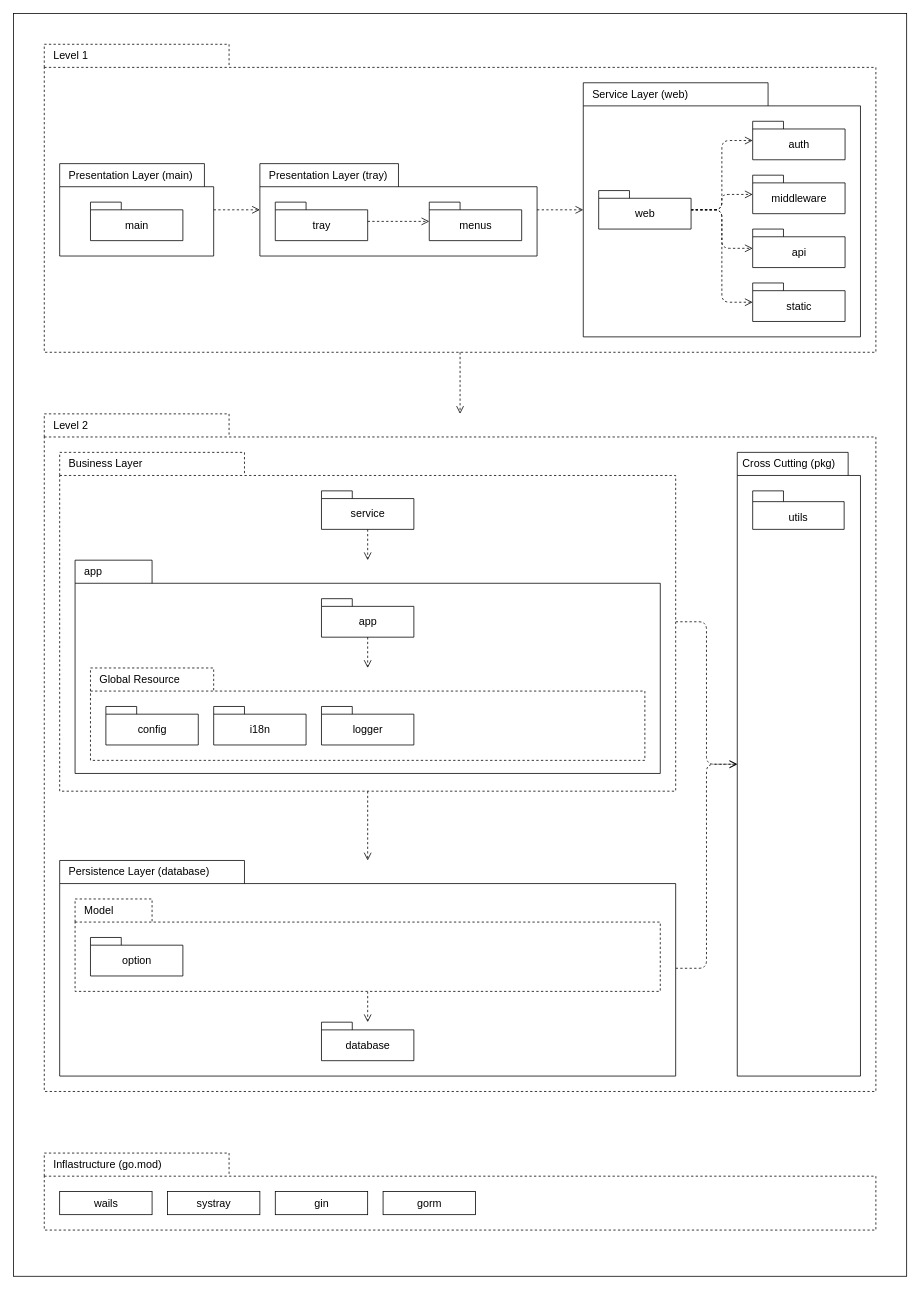
This is diagrams/package.drawio from jinyaoMa/my-app, a draw.io file, before an edit. Source tidied: cells renumbered, new cells numbered last; positions are measured from the earlier drawing's top-left corner, leaving out a move shared by most shapes. Both pictures are drawn from the tidied source at 77%, with x=0, y=0 at pixel (13, 13).
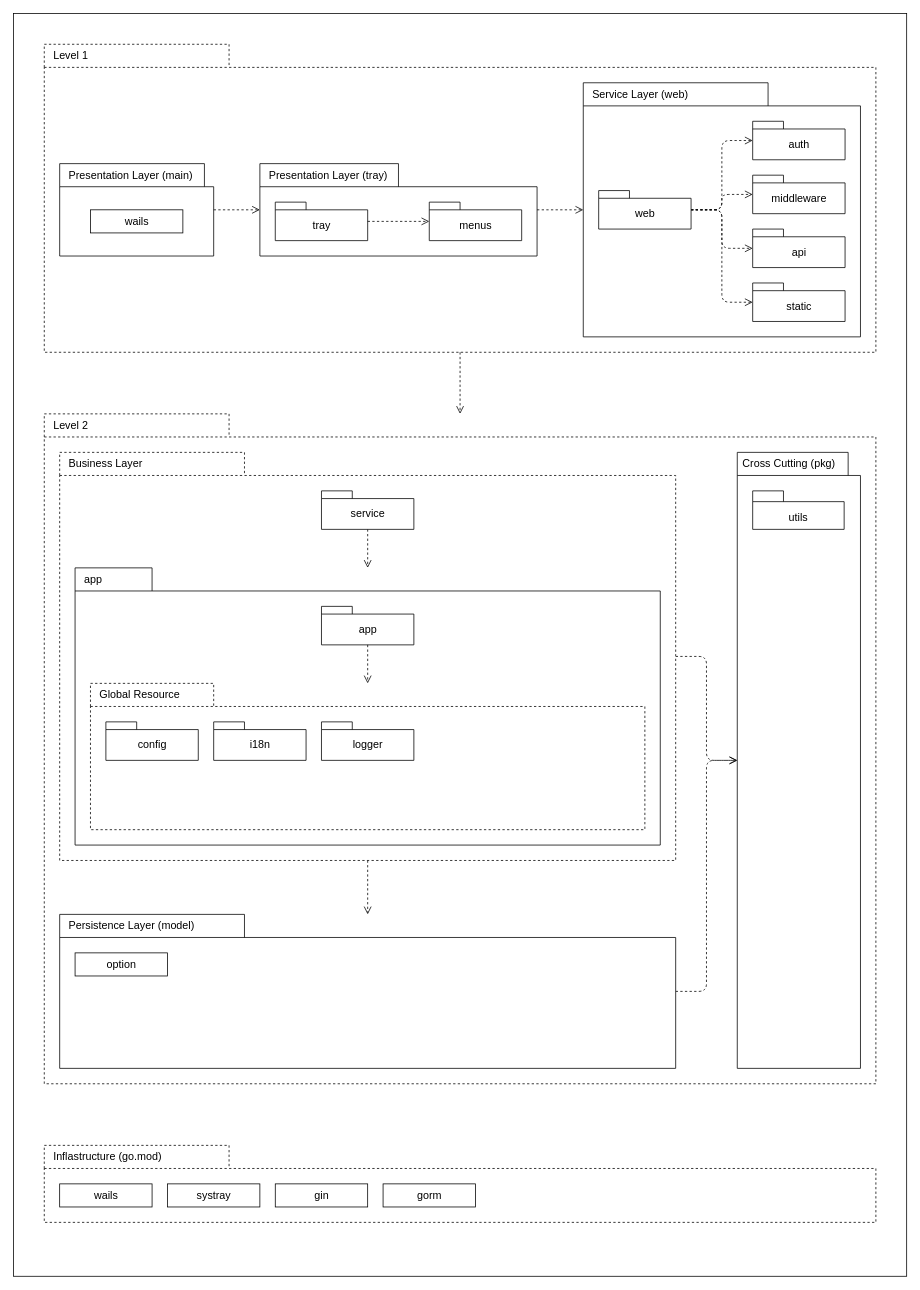
The same page after the edit.

The change refers to these unchanged cells:
```xml
<mxCell id="19" value="&lt;span style=&quot;&quot;&gt;Presentation Layer (main)&lt;/span&gt;" style="shape=folder;fontStyle=0;tabWidth=240;tabHeight=30;tabPosition=left;html=1;boundedLbl=1;labelInHeader=1;fontSize=14;align=left;spacingLeft=10;" parent="8" vertex="1">
  <mxGeometry x="20" y="155" width="200" height="120" as="geometry" />
</mxCell>
```

Diff of the diagram source:
```diff
@@
     <mxCell id="3" value="&lt;span style=&quot;&quot;&gt;Inflastructure (go.mod)&lt;/span&gt;" style="shape=folder;fontStyle=0;tabWidth=240;tabHeight=30;tabPosition=left;html=1;boundedLbl=1;labelInHeader=1;fontSize=14;align=left;spacingLeft=10;dashed=1;" parent="1" vertex="1">
-      <mxGeometry x="40" y="1480" width="1080" height="100" as="geometry" />
+      <mxGeometry x="40" y="1470" width="1080" height="100" as="geometry" />
     </mxCell>
@@
-    <mxCell id="20" value="&lt;span style=&quot;font-size: 14px&quot;&gt;main&lt;/span&gt;" style="shape=folder;fontStyle=0;tabWidth=40;tabHeight=10;tabPosition=left;html=1;boundedLbl=1;fontSize=12;" parent="19" vertex="1">
-      <mxGeometry x="40" y="50" width="120" height="50" as="geometry" />
-    </mxCell>
+    <mxCell id="49" value="wails" style="html=1;fontSize=14;fontStyle=0;" parent="19" vertex="1">
+      <mxGeometry x="40" y="60" width="120" height="30" as="geometry" />
+    </mxCell>
@@
     <mxCell id="27" value="&lt;span&gt;Level 2&lt;/span&gt;" style="shape=folder;fontStyle=0;tabWidth=240;tabHeight=30;tabPosition=left;html=1;boundedLbl=1;labelInHeader=1;fontSize=14;align=left;spacingLeft=10;dashed=1;" parent="1" vertex="1">
-      <mxGeometry x="40" y="520" width="1080" height="880" as="geometry" />
+      <mxGeometry x="40" y="520" width="1080" height="870" as="geometry" />
     </mxCell>
     <mxCell id="28" value="Cross Cutting (pkg)" style="shape=folder;xSize=90;align=left;spacingLeft=4;align=left;verticalAlign=top;spacingLeft=5;spacingTop=0;tabWidth=240;tabHeight=30;tabPosition=left;html=1;strokeWidth=1;fontSize=14;fontStyle=0;" parent="27" vertex="1">
-      <mxGeometry x="900" y="50" width="160" height="810" as="geometry" />
+      <mxGeometry x="900" y="50" width="160" height="800" as="geometry" />
     </mxCell>
@@
-    <mxCell id="31" value="&lt;span style=&quot;&quot;&gt;Persistence Layer (database)&lt;/span&gt;" style="shape=folder;fontStyle=0;tabWidth=240;tabHeight=30;tabPosition=left;html=1;boundedLbl=1;labelInHeader=1;fontSize=14;align=left;spacingLeft=10;" parent="27" vertex="1">
-      <mxGeometry x="20" y="580" width="800" height="280" as="geometry" />
+    <mxCell id="31" value="&lt;span&gt;Persistence Layer (model)&lt;/span&gt;" style="shape=folder;fontStyle=0;tabWidth=240;tabHeight=30;tabPosition=left;html=1;boundedLbl=1;labelInHeader=1;fontSize=14;align=left;spacingLeft=10;" parent="27" vertex="1">
+      <mxGeometry x="20" y="650" width="800" height="200" as="geometry" />
     </mxCell>
-    <mxCell id="32" value="&lt;font style=&quot;font-size: 14px;&quot;&gt;database&lt;/font&gt;" style="shape=folder;fontStyle=0;tabWidth=40;tabHeight=10;tabPosition=left;html=1;boundedLbl=1;fontSize=12;" parent="31" vertex="1">
-      <mxGeometry x="340" y="210" width="120" height="50" as="geometry" />
-    </mxCell>
-    <mxCell id="33" style="edgeStyle=orthogonalEdgeStyle;html=1;fontSize=12;dashed=1;endArrow=open;endFill=0;endSize=8;fontStyle=0;" parent="31" edge="1" source="34" target="32">
-      <mxGeometry relative="1" as="geometry" />
-    </mxCell>
-    <mxCell id="34" value="&lt;span style=&quot;&quot;&gt;Model&lt;/span&gt;" style="shape=folder;fontStyle=0;tabWidth=100;tabHeight=30;tabPosition=left;html=1;boundedLbl=1;labelInHeader=1;fontSize=14;align=left;spacingLeft=10;dashed=1;" parent="31" vertex="1">
-      <mxGeometry x="20" y="50" width="760" height="120" as="geometry" />
-    </mxCell>
-    <mxCell id="35" value="&lt;span style=&quot;font-size: 14px;&quot;&gt;option&lt;/span&gt;" style="shape=folder;fontStyle=0;tabWidth=40;tabHeight=10;tabPosition=left;html=1;boundedLbl=1;fontSize=12;" parent="34" vertex="1">
-      <mxGeometry x="20" y="50" width="120" height="50" as="geometry" />
+    <mxCell id="35" value="option" style="html=1;fontSize=14;fontStyle=0;" parent="31" vertex="1">
+      <mxGeometry x="20" y="50" width="120" height="30" as="geometry" />
     </mxCell>
@@
     <mxCell id="38" value="&lt;span style=&quot;&quot;&gt;Business Layer&lt;/span&gt;" style="shape=folder;fontStyle=0;tabWidth=240;tabHeight=30;tabPosition=left;html=1;boundedLbl=1;labelInHeader=1;fontSize=14;align=left;spacingLeft=10;dashed=1;" parent="27" vertex="1">
-      <mxGeometry x="20" y="50" width="800" height="440" as="geometry" />
+      <mxGeometry x="20" y="50" width="800" height="530" as="geometry" />
     </mxCell>
     <mxCell id="39" value="&lt;span style=&quot;&quot;&gt;app&lt;/span&gt;" style="shape=folder;fontStyle=0;tabWidth=100;tabHeight=30;tabPosition=left;html=1;boundedLbl=1;labelInHeader=1;fontSize=14;align=left;spacingLeft=10;" parent="38" vertex="1">
-      <mxGeometry x="20" y="140" width="760" height="277" as="geometry" />
+      <mxGeometry x="20" y="150" width="760" height="360" as="geometry" />
     </mxCell>
     <mxCell id="40" value="&lt;span style=&quot;&quot;&gt;Global Resource&lt;/span&gt;" style="shape=folder;fontStyle=0;tabWidth=160;tabHeight=30;tabPosition=left;html=1;boundedLbl=1;labelInHeader=1;fontSize=14;align=left;spacingLeft=10;dashed=1;" parent="39" vertex="1">
-      <mxGeometry x="20" y="140" width="720" height="120" as="geometry" />
+      <mxGeometry x="20" y="150" width="720" height="190" as="geometry" />
     </mxCell>
```
